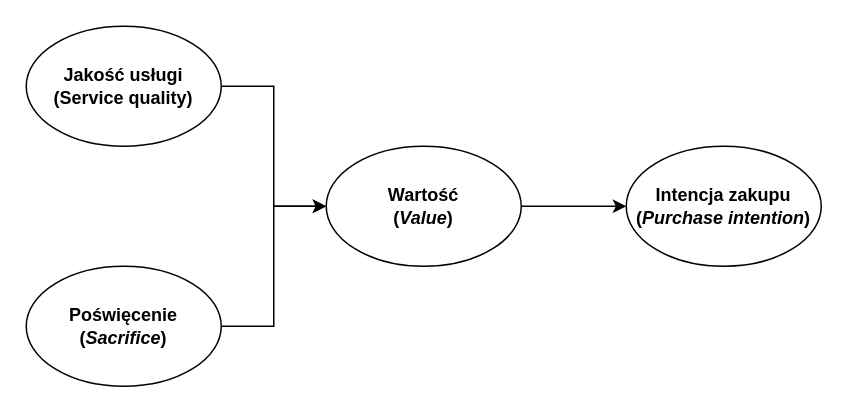
This is pomocnicze/robocze/Model jakości usług z wartością dodaną Cronin etAl.drawio from JeanPaulSzefler/doktorat_git, a draw.io file, before an edit. Source tidied: cells renumbered, new cells numbered last; positions are measured from the earlier drawing's top-left corner, leaving out a move shared by most shapes. Both pictures are drawn from the tidied source at 150%, with x=0, y=0 at pixel (26, 26).
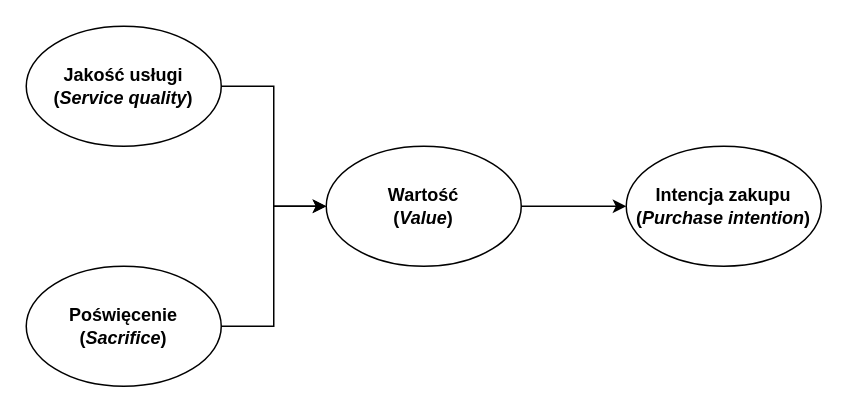
Above is the later version.

What changed in the source:
```diff
@@
 <mxGraphModel>
   <root>
     <mxCell id="0" />
     <mxCell id="1" parent="0" />
     <mxCell id="2" style="edgeStyle=orthogonalEdgeStyle;rounded=0;jettySize=auto;html=1;" parent="1" edge="1" source="3" target="7">
       <mxGeometry relative="1" as="geometry" />
     </mxCell>
-    <mxCell id="3" value="&lt;b&gt;Jakość usługi (Service quality)&lt;/b&gt;" style="ellipse;whiteSpace=wrap;html=1;" parent="1" vertex="1">
+    <mxCell id="3" value="&lt;b&gt;Jakość usługi (&lt;i&gt;Service quality&lt;/i&gt;)&lt;/b&gt;" style="ellipse;whiteSpace=wrap;html=1;" parent="1" vertex="1">
       <mxGeometry width="130" height="80" as="geometry" />
     </mxCell>
     <mxCell id="4" style="edgeStyle=orthogonalEdgeStyle;rounded=0;jettySize=auto;html=1;entryX=0;entryY=0.5;entryDx=0;entryDy=0;" parent="1" edge="1" source="5" target="7">
       <mxGeometry relative="1" as="geometry" />
     </mxCell>
     <mxCell id="5" value="&lt;b&gt;Poświęcenie (&lt;i&gt;Sacrifice&lt;/i&gt;)&lt;/b&gt;" style="ellipse;whiteSpace=wrap;html=1;" parent="1" vertex="1">
       <mxGeometry y="160" width="130" height="80" as="geometry" />
     </mxCell>
     <mxCell id="6" style="edgeStyle=orthogonalEdgeStyle;rounded=0;jettySize=auto;html=1;" parent="1" edge="1" source="7" target="8">
       <mxGeometry relative="1" as="geometry" />
     </mxCell>
     <mxCell id="7" value="&lt;b&gt;Wartość &lt;br&gt;(&lt;i&gt;Value&lt;/i&gt;)&lt;/b&gt;" style="ellipse;whiteSpace=wrap;html=1;" parent="1" vertex="1">
       <mxGeometry x="200" y="80" width="130" height="80" as="geometry" />
     </mxCell>
     <mxCell id="8" value="&lt;b&gt;Intencja zakupu (&lt;i&gt;Purchase intention&lt;/i&gt;)&lt;/b&gt;" style="ellipse;whiteSpace=wrap;html=1;" parent="1" vertex="1">
       <mxGeometry x="400" y="80" width="130" height="80" as="geometry" />
     </mxCell>
   </root>
 </mxGraphModel>
```
